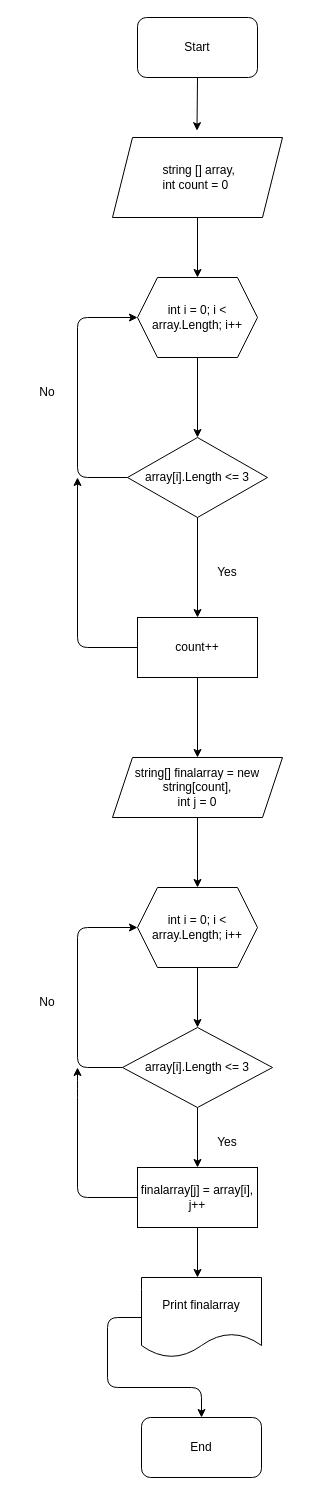
Above: Schem.drawio in Dmitriy-Zelentsov/ControlWork (draw.io), before the change. Source tidied: cells renumbered, new cells numbered last; positions are measured from the earlier drawing's top-left corner, leaving out a move shared by most shapes. Both pictures are drawn from the tidied source at 100%, with x=0, y=0 at pixel (17, 17).
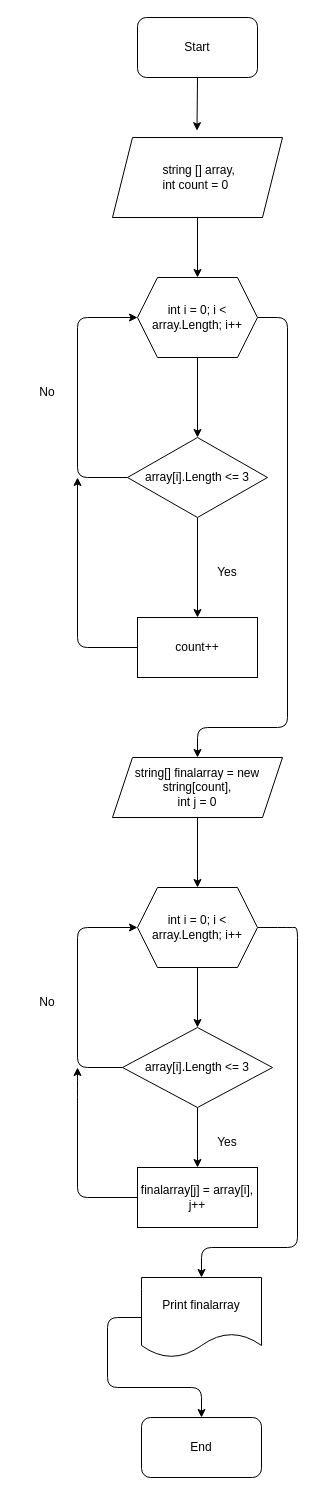
After the change.

Unchanged cells that the change refers to:
```xml
<mxCell id="7" value="int i = 0; i &amp;lt; array.Length; i++" style="shape=hexagon;perimeter=hexagonPerimeter2;whiteSpace=wrap;html=1;fixedSize=1;" parent="1" vertex="1">
  <mxGeometry x="120" y="260" width="120" height="80" as="geometry" />
</mxCell>
<mxCell id="13" value="count++" style="rounded=0;whiteSpace=wrap;html=1;" parent="1" vertex="1">
  <mxGeometry x="120" y="600" width="120" height="60" as="geometry" />
</mxCell>
<mxCell id="17" value="string[] finalarray = new string[count],&lt;br&gt;int j = 0" style="shape=parallelogram;perimeter=parallelogramPerimeter;whiteSpace=wrap;html=1;fixedSize=1;" parent="1" vertex="1">
  <mxGeometry x="95" y="740" width="170" height="60" as="geometry" />
</mxCell>
<mxCell id="19" value="int i = 0; i &lt; array.Length; i++" style="shape=hexagon;perimeter=hexagonPerimeter2;whiteSpace=wrap;html=1;fixedSize=1;" parent="1" vertex="1">
  <mxGeometry x="120" y="870" width="120" height="80" as="geometry" />
</mxCell>
<mxCell id="25" value="&lt;div&gt;finalarray[j] = array[i],&lt;/div&gt;&lt;div&gt;j++&lt;/div&gt;" style="rounded=0;whiteSpace=wrap;html=1;" parent="1" vertex="1">
  <mxGeometry x="120" y="1150" width="120" height="60" as="geometry" />
</mxCell>
<mxCell id="29" value="Print finalarray" style="shape=document;whiteSpace=wrap;html=1;boundedLbl=1;" parent="1" vertex="1">
  <mxGeometry x="124" y="1260" width="120" height="80" as="geometry" />
</mxCell>
```

Change to the diagram source:
```diff
@@
+    <mxCell id="31" style="edgeStyle=none;html=1;exitX=1;exitY=0.5;exitDx=0;exitDy=0;entryX=0.5;entryY=0;entryDx=0;entryDy=0;" parent="1" edge="1" source="7" target="17">
+      <mxGeometry relative="1" as="geometry">
+        <Array as="points">
+          <mxPoint x="270" y="300" />
+          <mxPoint x="270" y="710" />
+          <mxPoint x="180" y="710" />
+        </Array>
+      </mxGeometry>
+    </mxCell>
@@
-    <mxCell id="11" style="edgeStyle=none;html=1;exitX=0.5;exitY=1;exitDx=0;exitDy=0;entryX=0.5;entryY=0;entryDx=0;entryDy=0;" parent="1" edge="1" source="13" target="17">
-      <mxGeometry relative="1" as="geometry" />
-    </mxCell>
@@
+    <mxCell id="32" style="edgeStyle=none;html=1;exitX=1;exitY=0.5;exitDx=0;exitDy=0;entryX=0.5;entryY=0;entryDx=0;entryDy=0;" parent="1" edge="1" source="19" target="29">
+      <mxGeometry relative="1" as="geometry">
+        <Array as="points">
+          <mxPoint x="270" y="910" />
+          <mxPoint x="280" y="910" />
+          <mxPoint x="280" y="1230" />
+          <mxPoint x="184" y="1230" />
+        </Array>
+      </mxGeometry>
+    </mxCell>
@@
-    <mxCell id="23" style="edgeStyle=none;html=1;exitX=0.5;exitY=1;exitDx=0;exitDy=0;entryX=0.5;entryY=0;entryDx=0;entryDy=0;" parent="1" edge="1" source="25">
-      <mxGeometry relative="1" as="geometry">
-        <mxPoint x="180" y="1260" as="targetPoint" />
-      </mxGeometry>
-    </mxCell>
```
